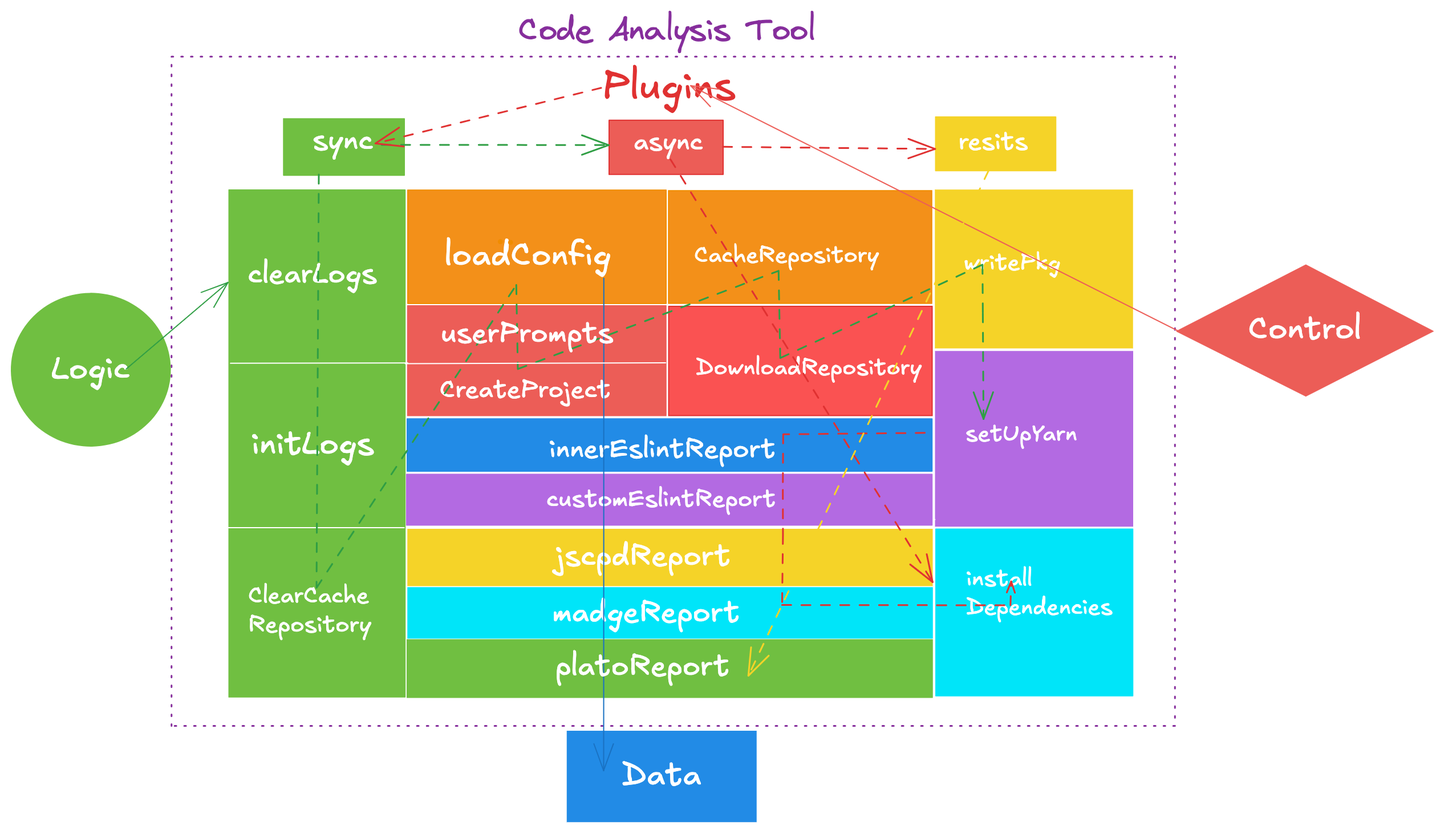
The Excalidraw diagram src/assets/images/code-ana.png in yanyunchangfeng/yycf-cli, before a commit. Source tidied: one line per element, renumbered; positions are measured from the earlier drawing's top-left corner, leaving out a move shared by most shapes.
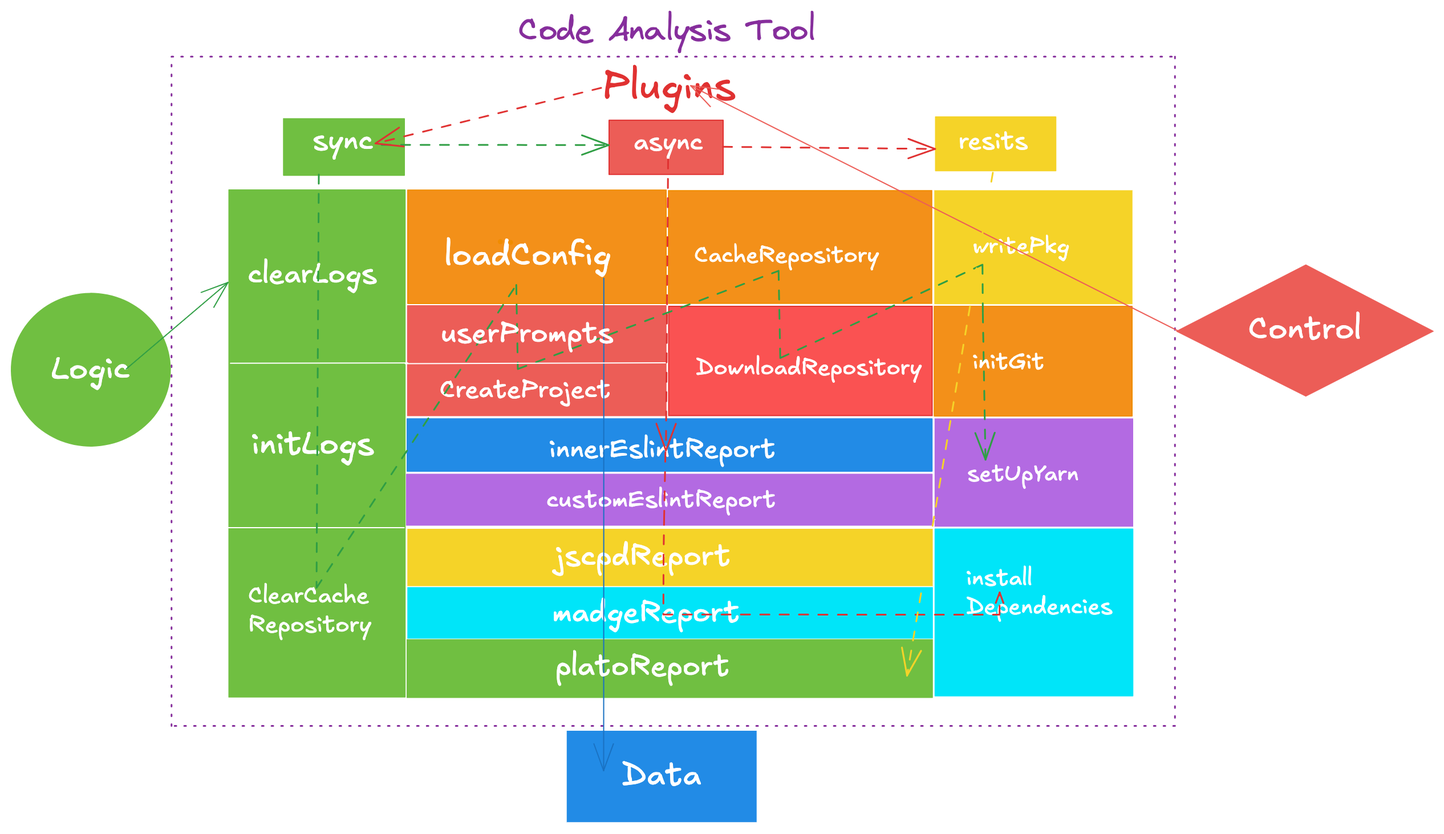
Later version of the same file.

Commit message:
feat: add initGit arch graph

Change to the diagram source:
```diff
@@ -1,3 +1,4 @@
+{"id": 62, "type": "rectangle", "strokeColor": "#f08c00", "backgroundColor": "#f39019", "fillStyle": "solid", "strokeWidth": 1, "roughness": 0, "x": 809, "y": 258, "width": 173, "height": 96}
 {"id": 0, "type": "rectangle", "strokeColor": "#ec5d57", "backgroundColor": "#ec5d57", "fillStyle": "solid", "strokeWidth": 1, "roughness": 0, "x": 347, "y": 258, "width": 226, "height": 96}
 {"id": 1, "type": "rectangle", "strokeColor": "#ffffff", "backgroundColor": "#f5d328", "fillStyle": "solid", "strokeWidth": 1, "roughness": 0, "x": 347, "y": 453, "width": 462, "height": 51}
 {"id": 2, "type": "rectangle", "strokeColor": "#f08c00", "backgroundColor": "#f39019", "fillStyle": "solid", "strokeWidth": 1, "roughness": 0, "x": 347, "y": 157, "width": 227, "height": 99}
@@ -15,12 +16,12 @@
 {"id": 14, "type": "freedraw", "strokeColor": "#f08c00", "backgroundColor": "#fd7e14", "fillStyle": "solid", "strokeWidth": 1, "strokeStyle": "dotted", "roughness": 0, "x": 429, "y": 202, "width": 0, "height": 0, "points": [[0, 0], [0, 0]]}
 {"id": 15, "type": "text", "text": "ClearCache\nRepository", "strokeColor": "#ffffff", "backgroundColor": "#fd7e14", "fillStyle": "solid", "strokeWidth": 1, "strokeStyle": "dotted", "roughness": 0, "fontSize": 20.42, "fontFamily": 5, "x": 208, "y": 500, "width": 129, "height": 51}
 {"id": 16, "type": "text", "text": "CacheRepository", "strokeColor": "#ffffff", "backgroundColor": "#fd7e14", "fillStyle": "solid", "strokeWidth": 1, "strokeStyle": "dotted", "roughness": 0, "fontSize": 20, "fontFamily": 5, "x": 599, "y": 202, "width": 159, "height": 25}
-{"id": 17, "type": "rectangle", "strokeColor": "#00e5f9", "backgroundColor": "#00e5f9", "fillStyle": "solid", "strokeWidth": 1, "roughness": 0, "x": 811, "y": 454, "width": 173, "height": 146}
+{"id": 17, "type": "rectangle", "strokeColor": "#00e5f9", "backgroundColor": "#00e5f9", "fillStyle": "solid", "strokeWidth": 1, "roughness": 0, "x": 810, "y": 454, "width": 173, "height": 146}
 {"id": 18, "type": "text", "text": "writePkg", "strokeColor": "#ffffff", "backgroundColor": "#fd7e14", "fillStyle": "solid", "strokeWidth": 1, "strokeStyle": "dotted", "roughness": 0, "fontSize": 20, "fontFamily": 5, "x": 832, "y": 205, "width": 85, "height": 25}
-{"id": 19, "type": "rectangle", "strokeColor": "#ffffff", "backgroundColor": "#b36ae2", "fillStyle": "solid", "strokeWidth": 1, "roughness": 0, "x": 809, "y": 297, "width": 175, "height": 155}
+{"id": 19, "type": "rectangle", "strokeColor": "#ffffff", "backgroundColor": "#b36ae2", "fillStyle": "solid", "strokeWidth": 1, "roughness": 0, "x": 809, "y": 356, "width": 175, "height": 96}
-{"id": 20, "type": "text", "text": "setUpYarn", "strokeColor": "#ffffff", "backgroundColor": "#be4bdb", "fillStyle": "solid", "strokeWidth": 1, "strokeStyle": "dotted", "roughness": 0, "fontSize": 20, "fontFamily": 5, "x": 837, "y": 358, "width": 97, "height": 25}
+{"id": 20, "type": "text", "text": "setUpYarn", "strokeColor": "#ffffff", "backgroundColor": "#be4bdb", "fillStyle": "solid", "strokeWidth": 1, "strokeStyle": "dotted", "roughness": 0, "fontSize": 20, "fontFamily": 5, "x": 838, "y": 393, "width": 97, "height": 25}
-{"id": 21, "type": "rectangle", "strokeColor": "#ffffff", "backgroundColor": "#f5d328", "fillStyle": "solid", "strokeWidth": 1, "roughness": 0, "x": 809, "y": 156, "width": 175, "height": 140}
+{"id": 21, "type": "rectangle", "strokeColor": "#ffffff", "backgroundColor": "#f5d328", "fillStyle": "solid", "strokeWidth": 1, "roughness": 0, "x": 809, "y": 156, "width": 175, "height": 101}
-{"id": 22, "type": "text", "text": "writePkg", "strokeColor": "#ffffff", "backgroundColor": "#f5d328", "fillStyle": "solid", "strokeWidth": 1, "strokeStyle": "dotted", "roughness": 0, "fontSize": 20, "fontFamily": 5, "x": 835, "y": 209, "width": 81, "height": 25}
+{"id": 22, "type": "text", "text": "writePkg", "strokeColor": "#ffffff", "backgroundColor": "#f5d328", "fillStyle": "solid", "strokeWidth": 1, "strokeStyle": "dotted", "roughness": 0, "fontSize": 20, "fontFamily": 5, "x": 843, "y": 194, "width": 81, "height": 25}
 {"id": 23, "type": "text", "text": "install \nDependencies", "strokeColor": "#ffffff", "backgroundColor": "#00e5f9", "fillStyle": "solid", "strokeWidth": 1, "roughness": 0, "fontSize": 20, "fontFamily": 5, "x": 837, "y": 485, "width": 136, "height": 50}
 {"id": 24, "type": "text", "text": "Plugins", "strokeColor": "#e03131", "backgroundColor": "#00e5f9", "fillStyle": "solid", "strokeWidth": 1, "roughness": 0, "fontSize": 35.04, "fontFamily": 5, "x": 518, "y": 45, "width": 148, "height": 44}
 {"id": 25, "type": "line", "strokeColor": "#ffffff", "backgroundColor": "#ffffff", "fillStyle": "solid", "strokeWidth": 1, "roughness": 0, "x": 347, "y": 447, "width": 462, "height": 1, "points": [[0, 0], [462, -1]]}
@@ -49,8 +50,8 @@
 {"id": 48, "type": "rectangle", "strokeColor": "#70bf41", "backgroundColor": "#70bf41", "fillStyle": "solid", "strokeWidth": 1, "roughness": 0, "x": 239, "y": 94, "width": 106, "height": 50}
 {"id": 49, "type": "text", "text": "sync", "strokeColor": "#ffffff", "angle": 0.0, "backgroundColor": "#ffffff", "fillStyle": "solid", "strokeWidth": 1, "roughness": 0, "fontSize": 25.25, "fontFamily": 5, "x": 264, "y": 98, "width": 58, "height": 32}
 {"id": 50, "type": "text", "text": "async", "strokeColor": "#ffffff", "angle": 0.0, "backgroundColor": "#ffffff", "fillStyle": "solid", "strokeWidth": 1, "roughness": 0, "fontSize": 22.65, "fontFamily": 5, "x": 546, "y": 101, "width": 62, "height": 28}
-{"id": 51, "type": "arrow", "strokeColor": "#2f9e44", "strokeWidth": 1, "strokeStyle": "dashed", "roughness": 0, "endArrowhead": "arrow", "from": 49, "to": 20, "x": 270, "y": 143, "width": 585, "height": 362, "points": [[0, 0], [-2, 362], [173, 97], [174, 170], [403, 84], [405, 161], [582, 79], [582, 122], [583, 214]]}
+{"id": 51, "type": "arrow", "strokeColor": "#2f9e44", "strokeWidth": 1, "strokeStyle": "dashed", "roughness": 0, "endArrowhead": "arrow", "from": 49, "to": 20, "x": 270, "y": 143, "width": 587, "height": 362, "points": [[0, 0], [-2, 362], [173, 97], [174, 170], [403, 84], [405, 161], [582, 79], [582, 122], [585, 250]]}
-{"id": 52, "type": "arrow", "strokeColor": "#e03131", "strokeWidth": 1, "strokeStyle": "dashed", "roughness": 0, "endArrowhead": "arrow", "from": 19, "to": 23, "x": 801, "y": 369, "width": 201, "height": 151, "points": [[0, 0], [-124, 1], [-124, 50], [-124, 89], [-125, 151], [75, 151], [76, 130]]}
+{"id": 52, "type": "arrow", "strokeColor": "#e03131", "strokeWidth": 1, "strokeStyle": "dashed", "roughness": 0, "endArrowhead": "arrow", "from": 9, "x": 574, "y": 386, "width": 295, "height": 142, "points": [[0, 0], [0, 0], [-1, 56], [-2, 91], [-2, 142], [293, 142], [293, 123]]}
 {"id": 53, "type": "line", "strokeColor": "#ffffff", "strokeWidth": 1, "roughness": 0, "x": 345, "y": 309, "width": 228, "height": 1, "points": [[0, 0], [228, -1]]}
 {"id": 54, "type": "text", "text": "userPrompts", "strokeColor": "#ffffff", "backgroundColor": "#fa5252", "fillStyle": "solid", "strokeWidth": 1, "strokeStyle": "dotted", "roughness": 0, "fontSize": 25.01, "fontFamily": 5, "x": 377, "y": 268, "width": 170, "height": 31}
 {"id": 55, "type": "rectangle", "strokeColor": "#f5d328", "backgroundColor": "#f5d328", "fillStyle": "solid", "strokeWidth": 1, "roughness": 0, "x": 810, "y": 93, "width": 105, "height": 47}
@@ -58,5 +59,6 @@
 {"id": 57, "type": "arrow", "strokeColor": "#2f9e44", "backgroundColor": "#ec5d57", "fillStyle": "solid", "strokeWidth": 1, "strokeStyle": "dashed", "roughness": 0, "endArrowhead": "arrow", "from": 49, "to": 47, "x": 325, "y": 117, "width": 199, "height": 0, "points": [[0, 0], [199, 0]]}
 {"id": 58, "type": "arrow", "strokeColor": "#e03131", "backgroundColor": "#ec5d57", "fillStyle": "solid", "strokeWidth": 1, "strokeStyle": "dashed", "roughness": 0, "endArrowhead": "arrow", "from": 47, "to": 55, "x": 624, "y": 119, "width": 186, "height": 2, "points": [[0, 0], [186, 2]]}
 {"id": 59, "type": "arrow", "strokeColor": "#e03131", "backgroundColor": "#ec5d57", "fillStyle": "solid", "strokeWidth": 1, "strokeStyle": "dashed", "roughness": 0, "endArrowhead": "arrow", "from": 24, "to": 49, "x": 517, "y": 67, "width": 198, "height": 49, "points": [[0, 0], [-198, 49]]}
+{"id": 61, "type": "arrow", "strokeColor": "#e03131", "backgroundColor": "#ec5d57", "fillStyle": "solid", "strokeWidth": 1, "strokeStyle": "dashed", "roughness": 0, "endArrowhead": "arrow", "from": 50, "to": 9, "x": 576, "y": 130, "width": 2, "height": 255, "points": [[0, 0], [-2, 255]]}
+{"id": 63, "type": "text", "text": "initGit", "strokeColor": "#ffffff", "backgroundColor": "#f5d328", "fillStyle": "solid", "strokeWidth": 1, "strokeStyle": "dotted", "roughness": 0, "fontSize": 20, "fontFamily": 5, "x": 843, "y": 295, "width": 63, "height": 25}
-{"id": 60, "type": "arrow", "strokeColor": "#f5d328", "backgroundColor": "#ec5d57", "fillStyle": "solid", "strokeWidth": 1, "strokeStyle": "dashed", "roughness": 0, "endArrowhead": "arrow", "from": 56, "x": 864, "y": 124, "width": 218, "height": 458, "points": [[0, 0], [-218, 458]]}
+{"id": 60, "type": "arrow", "strokeColor": "#f5d328", "backgroundColor": "#ec5d57", "fillStyle": "solid", "strokeWidth": 1, "strokeStyle": "dashed", "roughness": 0, "endArrowhead": "arrow", "from": 56, "to": 17, "x": 863, "y": 125, "width": 78, "height": 458, "points": [[0, 0], [-78, 458]]}
-{"id": 61, "type": "arrow", "strokeColor": "#e03131", "backgroundColor": "#ec5d57", "fillStyle": "solid", "strokeWidth": 1, "strokeStyle": "dashed", "roughness": 0, "endArrowhead": "arrow", "from": 50, "to": 27, "x": 578, "y": 130, "width": 230, "height": 370, "points": [[0, 0], [230, 370]]}
```
